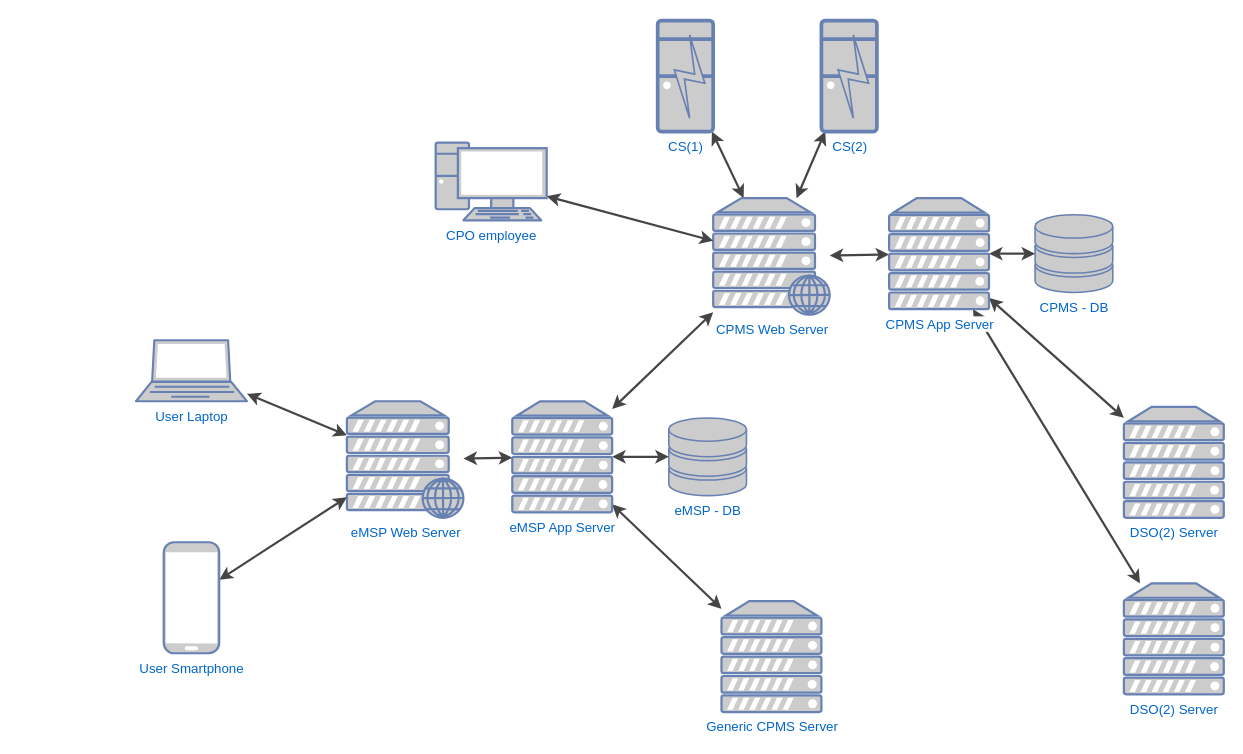
The draw.io diagram DD/OverviewDiagram.drawio in EMJzero/SoftwareEngineeringII-project, before the edit. Source tidied: cells renumbered, new cells numbered last; positions are measured from the earlier drawing's top-left corner, leaving out a move shared by most shapes. Both pictures are drawn from the tidied source at 111%, with x=0, y=0 at pixel (135, 20).
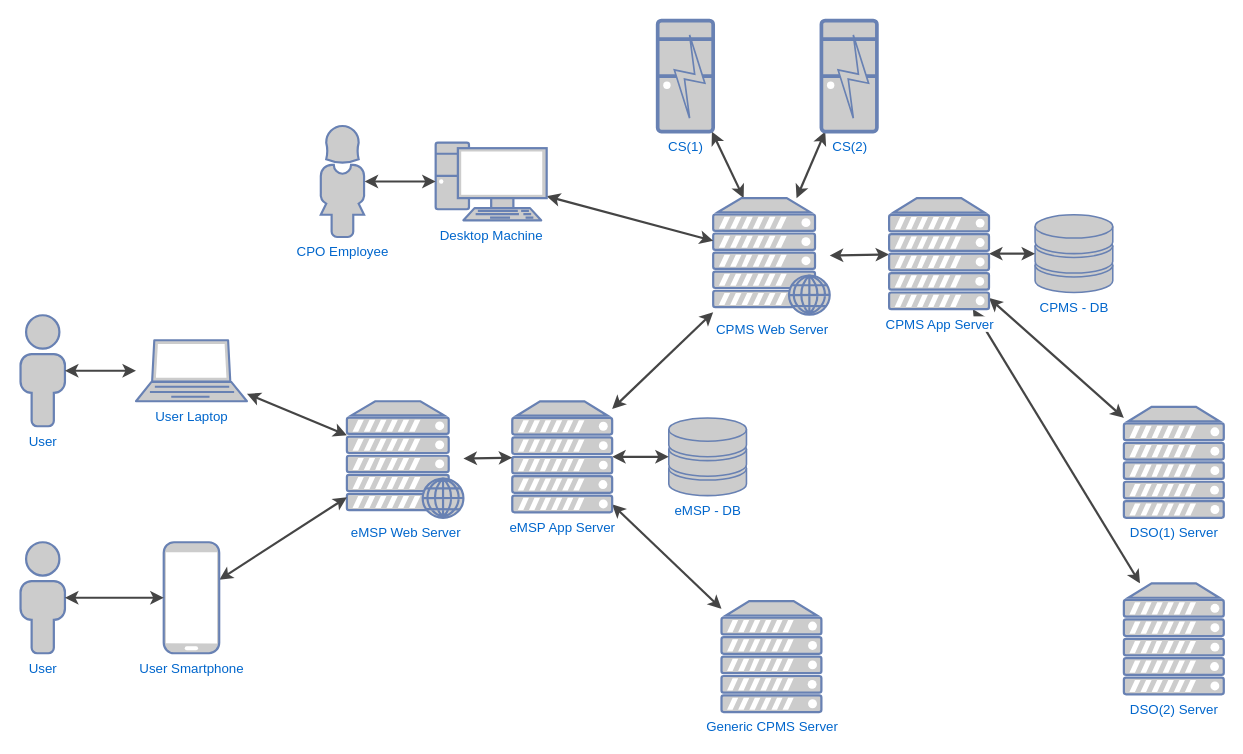
The same diagram, later.

Commit message (it also covers changes not shown here):
updated DD Diagrams and Latex

Unchanged cells that the change refers to:
```xml
<mxCell id="22" value="User Smartphone" style="fontColor=#0066CC;verticalAlign=top;verticalLabelPosition=bottom;labelPosition=center;align=center;html=1;outlineConnect=0;fillColor=#CCCCCC;strokeColor=#6881B3;gradientColor=none;gradientDirection=north;strokeWidth=2;shape=mxgraph.networks.mobile;labelBackgroundColor=#FFFFFF;" parent="1" vertex="1">
  <mxGeometry x="25" y="470" width="50" height="100" as="geometry" />
</mxCell>
<mxCell id="24" value="User Laptop" style="fontColor=#0066CC;verticalAlign=top;verticalLabelPosition=bottom;labelPosition=center;align=center;html=1;outlineConnect=0;fillColor=#CCCCCC;strokeColor=#6881B3;gradientColor=none;gradientDirection=north;strokeWidth=2;shape=mxgraph.networks.laptop;labelBackgroundColor=#FFFFFF;" parent="1" vertex="1">
  <mxGeometry y="288" width="100" height="55" as="geometry" />
</mxCell>
```

What changed in the source:
```diff
@@
-    <mxCell id="6" value="DSO(2) Server" style="fontColor=#0066CC;verticalAlign=top;verticalLabelPosition=bottom;labelPosition=center;align=center;html=1;outlineConnect=0;fillColor=#CCCCCC;strokeColor=#6881B3;gradientColor=none;gradientDirection=north;strokeWidth=2;shape=mxgraph.networks.server;" parent="1" vertex="1">
+    <mxCell id="6" value="DSO(1) Server" style="fontColor=#0066CC;verticalAlign=top;verticalLabelPosition=bottom;labelPosition=center;align=center;html=1;outlineConnect=0;fillColor=#CCCCCC;strokeColor=#6881B3;gradientColor=none;gradientDirection=north;strokeWidth=2;shape=mxgraph.networks.server;" parent="1" vertex="1">
       <mxGeometry x="890" y="348" width="90" height="100" as="geometry" />
     </mxCell>
@@
-    <mxCell id="32" value="CPO employee" style="fontColor=#0066CC;verticalAlign=top;verticalLabelPosition=bottom;labelPosition=center;align=center;html=1;outlineConnect=0;fillColor=#CCCCCC;strokeColor=#6881B3;gradientColor=none;gradientDirection=north;strokeWidth=2;shape=mxgraph.networks.pc;labelBackgroundColor=#FFFFFF;" parent="1" vertex="1">
+    <mxCell id="32" value="Desktop Machine" style="fontColor=#0066CC;verticalAlign=top;verticalLabelPosition=bottom;labelPosition=center;align=center;html=1;outlineConnect=0;fillColor=#CCCCCC;strokeColor=#6881B3;gradientColor=none;gradientDirection=north;strokeWidth=2;shape=mxgraph.networks.pc;labelBackgroundColor=#FFFFFF;" parent="1" vertex="1">
       <mxGeometry x="270" y="110" width="100" height="70" as="geometry" />
     </mxCell>
+    <mxCell id="33" value="User" style="fontColor=#0066CC;verticalAlign=top;verticalLabelPosition=bottom;labelPosition=center;align=center;html=1;outlineConnect=0;fillColor=#CCCCCC;strokeColor=#6881B3;gradientColor=none;gradientDirection=north;strokeWidth=2;shape=mxgraph.networks.user_male;" parent="1" vertex="1">
+      <mxGeometry x="-104" y="265.5" width="40" height="100" as="geometry" />
+    </mxCell>
+    <mxCell id="34" style="edgeStyle=none;rounded=0;jettySize=auto;html=1;strokeColor=#454545;strokeWidth=2;startArrow=classic;startFill=1;" parent="1" edge="1" source="33" target="24">
+      <mxGeometry relative="1" as="geometry" />
+    </mxCell>
+    <mxCell id="35" value="User" style="fontColor=#0066CC;verticalAlign=top;verticalLabelPosition=bottom;labelPosition=center;align=center;html=1;outlineConnect=0;fillColor=#CCCCCC;strokeColor=#6881B3;gradientColor=none;gradientDirection=north;strokeWidth=2;shape=mxgraph.networks.user_male;" parent="1" vertex="1">
+      <mxGeometry x="-104" y="470" width="40" height="100" as="geometry" />
+    </mxCell>
+    <mxCell id="36" style="edgeStyle=none;rounded=0;jettySize=auto;html=1;strokeColor=#454545;strokeWidth=2;startArrow=classic;startFill=1;" parent="1" edge="1" source="35" target="22">
+      <mxGeometry relative="1" as="geometry" />
+    </mxCell>
+    <mxCell id="37" value="CPO Employee" style="fontColor=#0066CC;verticalAlign=top;verticalLabelPosition=bottom;labelPosition=center;align=center;html=1;outlineConnect=0;fillColor=#CCCCCC;strokeColor=#6881B3;gradientColor=none;gradientDirection=north;strokeWidth=2;shape=mxgraph.networks.user_female;" parent="1" vertex="1">
+      <mxGeometry x="166" y="95" width="40" height="100" as="geometry" />
+    </mxCell>
+    <mxCell id="38" style="edgeStyle=none;rounded=0;jettySize=auto;html=1;strokeColor=#454545;strokeWidth=2;startArrow=classic;startFill=1;" parent="1" edge="1" source="37" target="32">
+      <mxGeometry relative="1" as="geometry" />
+    </mxCell>
```
